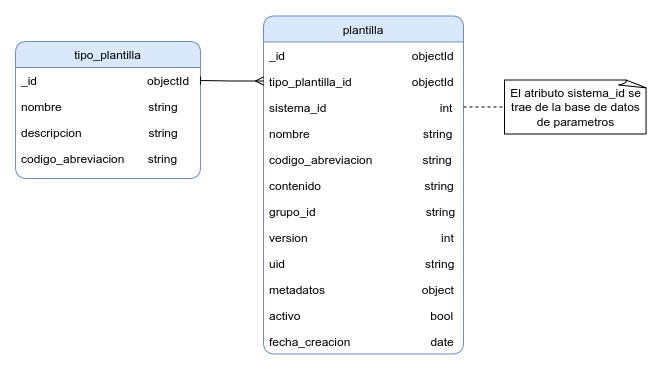
The draw.io diagram database/plantillas_crud.png in udistrital/plantillas_crud_serverless, before a commit. Source tidied: cells renumbered, new cells last; positions are measured from the earlier drawing's top-left corner, leaving out a move shared by most shapes. Its diagram source:
```xml
<mxGraphModel background="#ffffff">
  <root>
    <mxCell id="0" />
    <mxCell id="1" parent="0" />
    <mxCell id="2" value="plantilla" style="swimlane;fontStyle=0;align=center;verticalAlign=top;horizontal=1;startSize=26;rounded=1;shadow=0;strokeWidth=1;fillColor=#dae8fc;strokeColor=#6c8ebf;" parent="1" vertex="1">
      <mxGeometry x="248" y="0.5" width="200" height="338" as="geometry" />
    </mxCell>
    <mxCell id="3" value="_id                                      objectId" style="text;align=left;verticalAlign=top;spacingLeft=4;spacingRight=4;overflow=hidden;" parent="2" vertex="1">
      <mxGeometry y="26" width="200" height="26" as="geometry" />
    </mxCell>
    <mxCell id="4" value="tipo_plantilla_id                  objectId" style="text;align=left;verticalAlign=top;spacingLeft=4;spacingRight=4;overflow=hidden;points=[[0,0.5],[1,0.5]];portConstraint=eastwest;rounded=0;shadow=0;html=0;" parent="2" vertex="1">
      <mxGeometry y="52" width="200" height="26" as="geometry" />
    </mxCell>
    <mxCell id="5" value="sistema_id                                  int" style="text;align=left;verticalAlign=top;spacingLeft=4;spacingRight=4;overflow=hidden;points=[[0,0.5],[1,0.5]];portConstraint=eastwest;rounded=0;shadow=0;html=0;" parent="2" vertex="1">
      <mxGeometry y="78" width="200" height="26" as="geometry" />
    </mxCell>
    <mxCell id="6" value="nombre                                  string" style="text;align=left;verticalAlign=top;spacingLeft=4;spacingRight=4;overflow=hidden;rounded=0;shadow=0;html=0;" parent="2" vertex="1">
      <mxGeometry y="104" width="200" height="26" as="geometry" />
    </mxCell>
    <mxCell id="7" value="codigo_abreviacion               string" style="text;align=left;verticalAlign=top;spacingLeft=4;spacingRight=4;overflow=hidden;" parent="2" vertex="1">
      <mxGeometry y="130" width="200" height="26" as="geometry" />
    </mxCell>
    <mxCell id="8" value="contenido                               string" style="text;align=left;verticalAlign=top;spacingLeft=4;spacingRight=4;overflow=hidden;rounded=0;shadow=0;html=0;" parent="2" vertex="1">
      <mxGeometry y="156" width="200" height="26" as="geometry" />
    </mxCell>
    <mxCell id="9" value="grupo_id                                 string" style="text;align=left;verticalAlign=top;spacingLeft=4;spacingRight=4;overflow=hidden;" parent="2" vertex="1">
      <mxGeometry y="182" width="200" height="26" as="geometry" />
    </mxCell>
    <mxCell id="10" value="version                                        int" style="text;align=left;verticalAlign=top;spacingLeft=4;spacingRight=4;overflow=hidden;" parent="2" vertex="1">
      <mxGeometry y="208" width="200" height="26" as="geometry" />
    </mxCell>
    <mxCell id="11" value="uid                                          string" style="text;align=left;verticalAlign=top;spacingLeft=4;spacingRight=4;overflow=hidden;" parent="2" vertex="1">
      <mxGeometry y="234" width="200" height="26" as="geometry" />
    </mxCell>
    <mxCell id="12" value="metadatos                             object" style="text;align=left;verticalAlign=top;spacingLeft=4;spacingRight=4;overflow=hidden;rounded=0;shadow=0;html=0;" parent="2" vertex="1">
      <mxGeometry y="260" width="200" height="26" as="geometry" />
    </mxCell>
    <mxCell id="13" value="activo                                       bool" style="text;align=left;verticalAlign=top;spacingLeft=4;spacingRight=4;overflow=hidden;" parent="2" vertex="1">
      <mxGeometry y="286" width="200" height="26" as="geometry" />
    </mxCell>
    <mxCell id="14" value="fecha_creacion                        date" style="text;align=left;verticalAlign=top;spacingLeft=4;spacingRight=4;overflow=hidden;" parent="2" vertex="1">
      <mxGeometry y="312" width="200" height="26" as="geometry" />
    </mxCell>
    <mxCell id="15" value="tipo_plantilla" style="swimlane;fontStyle=0;align=center;verticalAlign=top;horizontal=1;startSize=26;rounded=1;shadow=0;strokeWidth=1;fillColor=#dae8fc;strokeColor=#6c8ebf;glass=0;" parent="1" vertex="1">
      <mxGeometry y="26" width="185.1" height="137" as="geometry" />
    </mxCell>
    <mxCell id="16" value="_id                                 objectId" style="text;align=left;verticalAlign=top;spacingLeft=4;spacingRight=4;overflow=hidden;points=[[0,0.5],[1,0.5]];portConstraint=eastwest;" parent="15" vertex="1">
      <mxGeometry y="26" width="185.1" height="26" as="geometry" />
    </mxCell>
    <mxCell id="17" value="nombre                          string" style="text;align=left;verticalAlign=top;spacingLeft=4;spacingRight=4;overflow=hidden;" parent="15" vertex="1">
      <mxGeometry y="52" width="185.1" height="26" as="geometry" />
    </mxCell>
    <mxCell id="18" value="descripcion                    string" style="text;align=left;verticalAlign=top;spacingLeft=4;spacingRight=4;overflow=hidden;" parent="15" vertex="1">
      <mxGeometry y="78" width="185.1" height="26" as="geometry" />
    </mxCell>
    <mxCell id="19" value="codigo_abreviacion       string" style="text;align=left;verticalAlign=top;spacingLeft=4;spacingRight=4;overflow=hidden;" parent="15" vertex="1">
      <mxGeometry y="104" width="185.1" height="26" as="geometry" />
    </mxCell>
    <mxCell id="20" style="edgeStyle=orthogonalEdgeStyle;rounded=0;jettySize=auto;html=1;entryX=1;entryY=0.5;entryDx=0;entryDy=0;endArrow=baseDash;endFill=0;exitX=0;exitY=0.5;exitDx=0;exitDy=0;startArrow=ERmany;startFill=0;" parent="1" edge="1" source="4" target="16">
      <mxGeometry relative="1" as="geometry" />
    </mxCell>
    <mxCell id="21" style="endArrow=none;html=1;rounded=0;exitX=1;exitY=0.5;exitDx=0;exitDy=0;entryX=0;entryY=0.5;entryDx=0;entryDy=0;entryPerimeter=0;endFill=0;dashed=1;" parent="1" edge="1" source="5" target="22">
      <mxGeometry relative="1" as="geometry" />
    </mxCell>
    <mxCell id="22" value="El atributo sistema_id se trae de la base de datos de parametros" style="whiteSpace=wrap;html=1;shape=mxgraph.basic.document;" parent="1" vertex="1">
      <mxGeometry x="489" y="64.5" width="143" height="54" as="geometry" />
    </mxCell>
  </root>
</mxGraphModel>
```
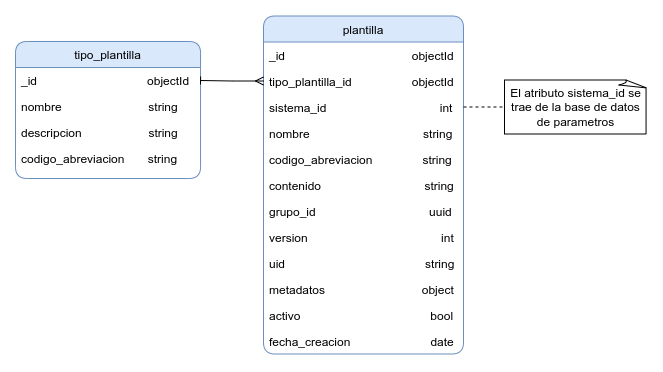
Above is the later version.

Commit message:
feat: Modelo de datos

Change to the diagram source:
```diff
@@ -23,7 +23,7 @@
     <mxCell id="8" value="contenido                               string" style="text;align=left;verticalAlign=top;spacingLeft=4;spacingRight=4;overflow=hidden;rounded=0;shadow=0;html=0;" parent="2" vertex="1">
       <mxGeometry y="156" width="200" height="26" as="geometry" />
     </mxCell>
-    <mxCell id="9" value="grupo_id                                 string" style="text;align=left;verticalAlign=top;spacingLeft=4;spacingRight=4;overflow=hidden;" parent="2" vertex="1">
+    <mxCell id="9" value="grupo_id                                  uuid" style="text;align=left;verticalAlign=top;spacingLeft=4;spacingRight=4;overflow=hidden;" parent="2" vertex="1">
       <mxGeometry y="182" width="200" height="26" as="geometry" />
     </mxCell>
     <mxCell id="10" value="version                                        int" style="text;align=left;verticalAlign=top;spacingLeft=4;spacingRight=4;overflow=hidden;" parent="2" vertex="1">
```
